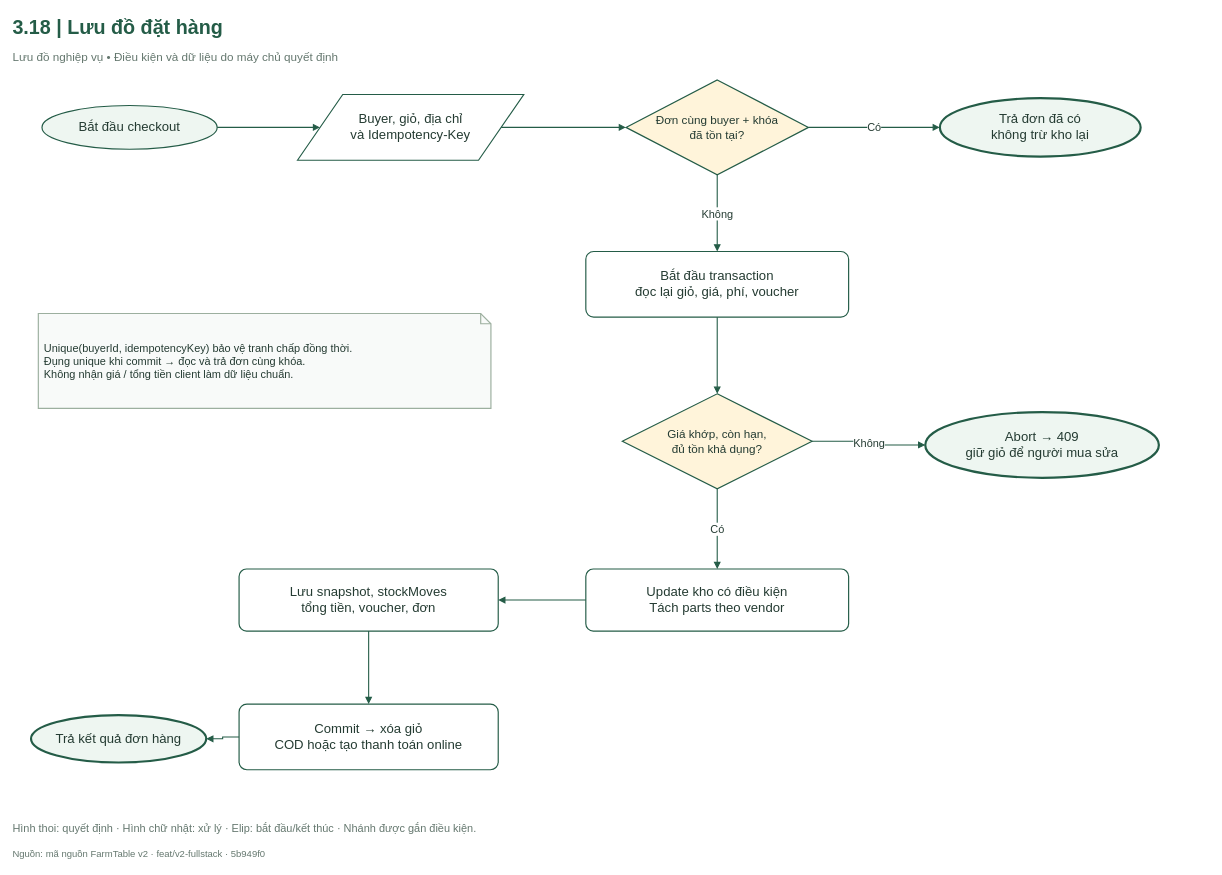
This is FarmTable_Chuong3/So_do_BA/drawio/Hinh_3_18.drawio from hathu1272006-eng/PTWnangcao, a draw.io file, before an edit. Source tidied: cells renumbered, new cells numbered last; positions are measured from the earlier drawing's top-left corner, leaving out a move shared by most shapes. Both pictures are drawn from the tidied source at 73%, with x=0, y=0 at pixel (12, 12).
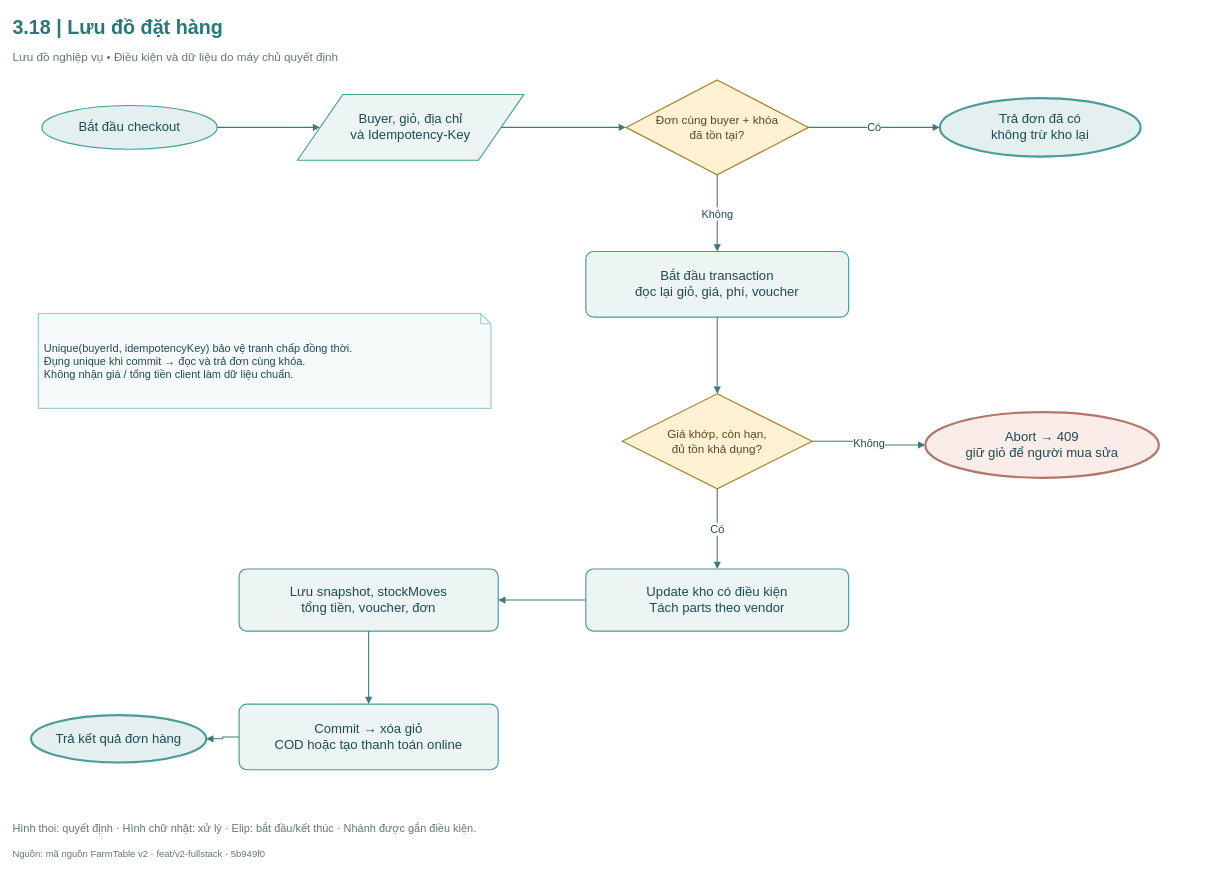
Above is the later version.

Diff of the diagram source:
```diff
@@
-    <mxCell id="2" value="3.18  |  Lưu đồ đặt hàng" style="html=1;whiteSpace=wrap;fontFamily=Arial;fontSize=18;fontColor=#243B32;strokeColor=#245C47;strokeWidth=1.6;fillColor=#FFFFFF;spacing=8;text;strokeColor=none;fillColor=none;align=left;verticalAlign=middle;fontSize=27;fontStyle=1;fontColor=#245C47;spacing=0;" parent="1" vertex="1">
+    <mxCell id="2" value="3.18  |  Lưu đồ đặt hàng" style="html=1;whiteSpace=wrap;fontFamily=Arial;fontSize=18;strokeColor=#245C47;strokeWidth=1.6;fillColor=#FFFFFF;spacing=8;text;strokeColor=none;fillColor=none;align=left;verticalAlign=middle;fontSize=27;fontStyle=1;spacing=0;fontColor=#277879;" parent="1" vertex="1">
       <mxGeometry width="1640" height="40" as="geometry" />
     </mxCell>
@@
-    <mxCell id="4" value="Bắt đầu checkout" style="html=1;whiteSpace=wrap;fontFamily=Arial;fontSize=18;fontColor=#243B32;strokeColor=#245C47;strokeWidth=1.6;fillColor=#FFFFFF;spacing=8;ellipse;fillColor=#EEF6F1;" parent="1" vertex="1">
+    <mxCell id="4" value="Bắt đầu checkout" style="html=1;whiteSpace=wrap;fontFamily=Arial;fontSize=18;strokeWidth=1.6;spacing=8;ellipse;fillColor=#E4F0F0;strokeColor=#4A9B99;fontColor=#1F4B51;" parent="1" vertex="1">
       <mxGeometry x="40" y="127" width="240" height="60" as="geometry" />
     </mxCell>
-    <mxCell id="5" value="Buyer, giỏ, địa chỉ&lt;br/&gt;và Idempotency-Key" style="html=1;whiteSpace=wrap;fontFamily=Arial;fontSize=18;fontColor=#243B32;strokeColor=#245C47;strokeWidth=1.6;fillColor=#FFFFFF;spacing=8;shape=parallelogram;perimeter=parallelogramPerimeter;" parent="1" vertex="1">
+    <mxCell id="5" value="Buyer, giỏ, địa chỉ&lt;br/&gt;và Idempotency-Key" style="html=1;whiteSpace=wrap;fontFamily=Arial;fontSize=18;strokeWidth=1.6;spacing=8;shape=parallelogram;perimeter=parallelogramPerimeter;fillColor=#ECF5F4;strokeColor=#4A9B99;fontColor=#1F4B51;" parent="1" vertex="1">
       <mxGeometry x="390" y="112" width="310" height="90" as="geometry" />
     </mxCell>
-    <mxCell id="6" value="Đơn cùng buyer + khóa&lt;br/&gt;đã tồn tại?" style="html=1;whiteSpace=wrap;fontFamily=Arial;fontSize=18;fontColor=#243B32;strokeColor=#245C47;strokeWidth=1.6;fillColor=#FFFFFF;spacing=8;rhombus;fillColor=#FFF4DA;fontSize=16;spacing=3;" parent="1" vertex="1">
+    <mxCell id="6" value="Đơn cùng buyer + khóa&lt;br/&gt;đã tồn tại?" style="html=1;whiteSpace=wrap;fontFamily=Arial;fontSize=18;strokeWidth=1.6;spacing=8;rhombus;fontSize=16;spacing=3;fillColor=#FFF1D4;strokeColor=#AD812A;fontColor=#5F481B;" parent="1" vertex="1">
       <mxGeometry x="840" y="92" width="250" height="130" as="geometry" />
     </mxCell>
-    <mxCell id="7" value="Trả đơn đã có&lt;br/&gt;không trừ kho lại" style="html=1;whiteSpace=wrap;fontFamily=Arial;fontSize=18;fontColor=#243B32;strokeColor=#245C47;strokeWidth=1.6;fillColor=#FFFFFF;spacing=8;ellipse;strokeWidth=3;fillColor=#EEF6F1;" parent="1" vertex="1">
+    <mxCell id="7" value="Trả đơn đã có&lt;br/&gt;không trừ kho lại" style="html=1;whiteSpace=wrap;fontFamily=Arial;fontSize=18;strokeWidth=1.6;spacing=8;ellipse;strokeWidth=3;fillColor=#E4F0F0;strokeColor=#4A9B99;fontColor=#1F4B51;" parent="1" vertex="1">
       <mxGeometry x="1270" y="117" width="275" height="80" as="geometry" />
     </mxCell>
-    <mxCell id="8" value="Bắt đầu transaction&lt;br/&gt;đọc lại giỏ, giá, phí, voucher" style="html=1;whiteSpace=wrap;fontFamily=Arial;fontSize=18;fontColor=#243B32;strokeColor=#245C47;strokeWidth=1.6;fillColor=#FFFFFF;spacing=8;rounded=1;arcSize=12;" parent="1" vertex="1">
+    <mxCell id="8" value="Bắt đầu transaction&lt;br/&gt;đọc lại giỏ, giá, phí, voucher" style="html=1;whiteSpace=wrap;fontFamily=Arial;fontSize=18;strokeWidth=1.6;spacing=8;rounded=1;arcSize=12;fillColor=#ECF5F4;strokeColor=#4A9B99;fontColor=#1F4B51;" parent="1" vertex="1">
       <mxGeometry x="785" y="327" width="360" height="90" as="geometry" />
     </mxCell>
-    <mxCell id="9" value="Giá khớp, còn hạn,&lt;br/&gt;đủ tồn khả dụng?" style="html=1;whiteSpace=wrap;fontFamily=Arial;fontSize=18;fontColor=#243B32;strokeColor=#245C47;strokeWidth=1.6;fillColor=#FFFFFF;spacing=8;rhombus;fillColor=#FFF4DA;fontSize=16;spacing=3;" parent="1" vertex="1">
+    <mxCell id="9" value="Giá khớp, còn hạn,&lt;br/&gt;đủ tồn khả dụng?" style="html=1;whiteSpace=wrap;fontFamily=Arial;fontSize=18;strokeWidth=1.6;spacing=8;rhombus;fontSize=16;spacing=3;fillColor=#FFF1D4;strokeColor=#AD812A;fontColor=#5F481B;" parent="1" vertex="1">
       <mxGeometry x="835" y="522" width="260" height="130" as="geometry" />
     </mxCell>
-    <mxCell id="10" value="Abort → 409&lt;br/&gt;giữ giỏ để người mua sửa" style="html=1;whiteSpace=wrap;fontFamily=Arial;fontSize=18;fontColor=#243B32;strokeColor=#245C47;strokeWidth=1.6;fillColor=#FFFFFF;spacing=8;ellipse;strokeWidth=3;fillColor=#EEF6F1;" parent="1" vertex="1">
+    <mxCell id="10" value="Abort → 409&lt;br/&gt;giữ giỏ để người mua sửa" style="html=1;whiteSpace=wrap;fontFamily=Arial;fontSize=18;strokeWidth=1.6;spacing=8;ellipse;strokeWidth=3;fillColor=#FAECE8;strokeColor=#B5766A;fontColor=#1F4B51;" parent="1" vertex="1">
       <mxGeometry x="1250" y="547" width="320" height="90" as="geometry" />
     </mxCell>
-    <mxCell id="11" value="Update kho có điều kiện&lt;br/&gt;Tách parts theo vendor" style="html=1;whiteSpace=wrap;fontFamily=Arial;fontSize=18;fontColor=#243B32;strokeColor=#245C47;strokeWidth=1.6;fillColor=#FFFFFF;spacing=8;rounded=1;arcSize=12;" parent="1" vertex="1">
+    <mxCell id="11" value="Update kho có điều kiện&lt;br/&gt;Tách parts theo vendor" style="html=1;whiteSpace=wrap;fontFamily=Arial;fontSize=18;strokeWidth=1.6;spacing=8;rounded=1;arcSize=12;fillColor=#ECF5F4;strokeColor=#4A9B99;fontColor=#1F4B51;" parent="1" vertex="1">
       <mxGeometry x="785" y="762" width="360" height="85" as="geometry" />
     </mxCell>
-    <mxCell id="12" value="Lưu snapshot, stockMoves&lt;br/&gt;tổng tiền, voucher, đơn" style="html=1;whiteSpace=wrap;fontFamily=Arial;fontSize=18;fontColor=#243B32;strokeColor=#245C47;strokeWidth=1.6;fillColor=#FFFFFF;spacing=8;rounded=1;arcSize=12;" parent="1" vertex="1">
+    <mxCell id="12" value="Lưu snapshot, stockMoves&lt;br/&gt;tổng tiền, voucher, đơn" style="html=1;whiteSpace=wrap;fontFamily=Arial;fontSize=18;strokeWidth=1.6;spacing=8;rounded=1;arcSize=12;fillColor=#ECF5F4;strokeColor=#4A9B99;fontColor=#1F4B51;" parent="1" vertex="1">
       <mxGeometry x="310" y="762" width="355" height="85" as="geometry" />
     </mxCell>
-    <mxCell id="13" value="Commit → xóa giỏ&lt;br/&gt;COD hoặc tạo thanh toán online" style="html=1;whiteSpace=wrap;fontFamily=Arial;fontSize=18;fontColor=#243B32;strokeColor=#245C47;strokeWidth=1.6;fillColor=#FFFFFF;spacing=8;rounded=1;arcSize=12;" parent="1" vertex="1">
+    <mxCell id="13" value="Commit → xóa giỏ&lt;br/&gt;COD hoặc tạo thanh toán online" style="html=1;whiteSpace=wrap;fontFamily=Arial;fontSize=18;strokeWidth=1.6;spacing=8;rounded=1;arcSize=12;fillColor=#ECF5F4;strokeColor=#4A9B99;fontColor=#1F4B51;" parent="1" vertex="1">
       <mxGeometry x="310" y="947" width="355" height="90" as="geometry" />
     </mxCell>
-    <mxCell id="14" value="Trả kết quả đơn hàng" style="html=1;whiteSpace=wrap;fontFamily=Arial;fontSize=18;fontColor=#243B32;strokeColor=#245C47;strokeWidth=1.6;fillColor=#FFFFFF;spacing=8;ellipse;strokeWidth=3;fillColor=#EEF6F1;" parent="1" vertex="1">
+    <mxCell id="14" value="Trả kết quả đơn hàng" style="html=1;whiteSpace=wrap;fontFamily=Arial;fontSize=18;strokeWidth=1.6;spacing=8;ellipse;strokeWidth=3;fillColor=#E4F0F0;strokeColor=#4A9B99;fontColor=#1F4B51;" parent="1" vertex="1">
       <mxGeometry x="25" y="962" width="240" height="65" as="geometry" />
     </mxCell>
-    <mxCell id="15" style="edgeStyle=orthogonalEdgeStyle;rounded=0;jettySize=20;html=1;fontFamily=Arial;fontSize=15;fontColor=#243B32;labelBackgroundColor=#FFFFFF;strokeColor=#245C47;strokeWidth=1.5;endArrow=block;endFill=1;exitX=1;exitY=0.5;entryX=0;entryY=0.5;exitDx=0;exitDy=0;entryDx=0;entryDy=0;" parent="1" edge="1" source="4" target="5">
+    <mxCell id="15" style="edgeStyle=orthogonalEdgeStyle;rounded=0;jettySize=20;html=1;fontFamily=Arial;fontSize=15;labelBackgroundColor=#FFFFFF;strokeWidth=1.5;endArrow=block;endFill=1;exitX=1;exitY=0.5;entryX=0;entryY=0.5;exitDx=0;exitDy=0;entryDx=0;entryDy=0;strokeColor=#42787A;fontColor=#1F4B51;" parent="1" edge="1" source="4" target="5">
       <mxGeometry relative="1" as="geometry" />
     </mxCell>
-    <mxCell id="16" style="edgeStyle=orthogonalEdgeStyle;rounded=0;jettySize=20;html=1;fontFamily=Arial;fontSize=15;fontColor=#243B32;labelBackgroundColor=#FFFFFF;strokeColor=#245C47;strokeWidth=1.5;endArrow=block;endFill=1;exitX=1;exitY=0.5;entryX=0;entryY=0.5;exitDx=0;exitDy=0;entryDx=0;entryDy=0;" parent="1" edge="1" source="5" target="6">
+    <mxCell id="16" style="edgeStyle=orthogonalEdgeStyle;rounded=0;jettySize=20;html=1;fontFamily=Arial;fontSize=15;labelBackgroundColor=#FFFFFF;strokeWidth=1.5;endArrow=block;endFill=1;exitX=1;exitY=0.5;entryX=0;entryY=0.5;exitDx=0;exitDy=0;entryDx=0;entryDy=0;strokeColor=#42787A;fontColor=#1F4B51;" parent="1" edge="1" source="5" target="6">
       <mxGeometry relative="1" as="geometry" />
     </mxCell>
-    <mxCell id="17" value="Có" style="edgeStyle=orthogonalEdgeStyle;rounded=0;jettySize=20;html=1;fontFamily=Arial;fontSize=15;fontColor=#243B32;labelBackgroundColor=#FFFFFF;strokeColor=#245C47;strokeWidth=1.5;endArrow=block;endFill=1;exitX=1;exitY=0.5;entryX=0;entryY=0.5;exitDx=0;exitDy=0;entryDx=0;entryDy=0;" parent="1" edge="1" source="6" target="7">
+    <mxCell id="17" value="Có" style="edgeStyle=orthogonalEdgeStyle;rounded=0;jettySize=20;html=1;fontFamily=Arial;fontSize=15;labelBackgroundColor=#FFFFFF;strokeWidth=1.5;endArrow=block;endFill=1;exitX=1;exitY=0.5;entryX=0;entryY=0.5;exitDx=0;exitDy=0;entryDx=0;entryDy=0;strokeColor=#42787A;fontColor=#1F4B51;" parent="1" edge="1" source="6" target="7">
       <mxGeometry relative="1" as="geometry" />
     </mxCell>
-    <mxCell id="18" value="Không" style="edgeStyle=orthogonalEdgeStyle;rounded=0;jettySize=20;html=1;fontFamily=Arial;fontSize=15;fontColor=#243B32;labelBackgroundColor=#FFFFFF;strokeColor=#245C47;strokeWidth=1.5;endArrow=block;endFill=1;exitX=0.5;exitY=1;entryX=0.5;entryY=0;exitDx=0;exitDy=0;entryDx=0;entryDy=0;" parent="1" edge="1" source="6" target="8">
+    <mxCell id="18" value="Không" style="edgeStyle=orthogonalEdgeStyle;rounded=0;jettySize=20;html=1;fontFamily=Arial;fontSize=15;labelBackgroundColor=#FFFFFF;strokeWidth=1.5;endArrow=block;endFill=1;exitX=0.5;exitY=1;entryX=0.5;entryY=0;exitDx=0;exitDy=0;entryDx=0;entryDy=0;strokeColor=#42787A;fontColor=#1F4B51;" parent="1" edge="1" source="6" target="8">
       <mxGeometry relative="1" as="geometry" />
     </mxCell>
-    <mxCell id="19" style="edgeStyle=orthogonalEdgeStyle;rounded=0;jettySize=20;html=1;fontFamily=Arial;fontSize=15;fontColor=#243B32;labelBackgroundColor=#FFFFFF;strokeColor=#245C47;strokeWidth=1.5;endArrow=block;endFill=1;exitX=0.5;exitY=1;entryX=0.5;entryY=0;exitDx=0;exitDy=0;entryDx=0;entryDy=0;" parent="1" edge="1" source="8" target="9">
+    <mxCell id="19" style="edgeStyle=orthogonalEdgeStyle;rounded=0;jettySize=20;html=1;fontFamily=Arial;fontSize=15;labelBackgroundColor=#FFFFFF;strokeWidth=1.5;endArrow=block;endFill=1;exitX=0.5;exitY=1;entryX=0.5;entryY=0;exitDx=0;exitDy=0;entryDx=0;entryDy=0;strokeColor=#42787A;fontColor=#1F4B51;" parent="1" edge="1" source="8" target="9">
       <mxGeometry relative="1" as="geometry" />
     </mxCell>
-    <mxCell id="20" value="Không" style="edgeStyle=orthogonalEdgeStyle;rounded=0;jettySize=20;html=1;fontFamily=Arial;fontSize=15;fontColor=#243B32;labelBackgroundColor=#FFFFFF;strokeColor=#245C47;strokeWidth=1.5;endArrow=block;endFill=1;exitX=1;exitY=0.5;entryX=0;entryY=0.5;exitDx=0;exitDy=0;entryDx=0;entryDy=0;" parent="1" edge="1" source="9" target="10">
+    <mxCell id="20" value="Không" style="edgeStyle=orthogonalEdgeStyle;rounded=0;jettySize=20;html=1;fontFamily=Arial;fontSize=15;labelBackgroundColor=#FFFFFF;strokeWidth=1.5;endArrow=block;endFill=1;exitX=1;exitY=0.5;entryX=0;entryY=0.5;exitDx=0;exitDy=0;entryDx=0;entryDy=0;strokeColor=#42787A;fontColor=#1F4B51;" parent="1" edge="1" source="9" target="10">
       <mxGeometry relative="1" as="geometry" />
     </mxCell>
-    <mxCell id="21" value="Có" style="edgeStyle=orthogonalEdgeStyle;rounded=0;jettySize=20;html=1;fontFamily=Arial;fontSize=15;fontColor=#243B32;labelBackgroundColor=#FFFFFF;strokeColor=#245C47;strokeWidth=1.5;endArrow=block;endFill=1;exitX=0.5;exitY=1;entryX=0.5;entryY=0;exitDx=0;exitDy=0;entryDx=0;entryDy=0;" parent="1" edge="1" source="9" target="11">
+    <mxCell id="21" value="Có" style="edgeStyle=orthogonalEdgeStyle;rounded=0;jettySize=20;html=1;fontFamily=Arial;fontSize=15;labelBackgroundColor=#FFFFFF;strokeWidth=1.5;endArrow=block;endFill=1;exitX=0.5;exitY=1;entryX=0.5;entryY=0;exitDx=0;exitDy=0;entryDx=0;entryDy=0;strokeColor=#42787A;fontColor=#1F4B51;" parent="1" edge="1" source="9" target="11">
       <mxGeometry relative="1" as="geometry" />
     </mxCell>
-    <mxCell id="22" style="edgeStyle=orthogonalEdgeStyle;rounded=0;jettySize=20;html=1;fontFamily=Arial;fontSize=15;fontColor=#243B32;labelBackgroundColor=#FFFFFF;strokeColor=#245C47;strokeWidth=1.5;endArrow=block;endFill=1;exitX=0;exitY=0.5;entryX=1;entryY=0.5;exitDx=0;exitDy=0;entryDx=0;entryDy=0;" parent="1" edge="1" source="11" target="12">
+    <mxCell id="22" style="edgeStyle=orthogonalEdgeStyle;rounded=0;jettySize=20;html=1;fontFamily=Arial;fontSize=15;labelBackgroundColor=#FFFFFF;strokeWidth=1.5;endArrow=block;endFill=1;exitX=0;exitY=0.5;entryX=1;entryY=0.5;exitDx=0;exitDy=0;entryDx=0;entryDy=0;strokeColor=#42787A;fontColor=#1F4B51;" parent="1" edge="1" source="11" target="12">
       <mxGeometry relative="1" as="geometry" />
     </mxCell>
-    <mxCell id="23" style="edgeStyle=orthogonalEdgeStyle;rounded=0;jettySize=20;html=1;fontFamily=Arial;fontSize=15;fontColor=#243B32;labelBackgroundColor=#FFFFFF;strokeColor=#245C47;strokeWidth=1.5;endArrow=block;endFill=1;exitX=0.5;exitY=1;entryX=0.5;entryY=0;exitDx=0;exitDy=0;entryDx=0;entryDy=0;" parent="1" edge="1" source="12" target="13">
+    <mxCell id="23" style="edgeStyle=orthogonalEdgeStyle;rounded=0;jettySize=20;html=1;fontFamily=Arial;fontSize=15;labelBackgroundColor=#FFFFFF;strokeWidth=1.5;endArrow=block;endFill=1;exitX=0.5;exitY=1;entryX=0.5;entryY=0;exitDx=0;exitDy=0;entryDx=0;entryDy=0;strokeColor=#42787A;fontColor=#1F4B51;" parent="1" edge="1" source="12" target="13">
       <mxGeometry relative="1" as="geometry" />
     </mxCell>
-    <mxCell id="24" style="edgeStyle=orthogonalEdgeStyle;rounded=0;jettySize=20;html=1;fontFamily=Arial;fontSize=15;fontColor=#243B32;labelBackgroundColor=#FFFFFF;strokeColor=#245C47;strokeWidth=1.5;endArrow=block;endFill=1;exitX=0;exitY=0.5;entryX=1;entryY=0.5;exitDx=0;exitDy=0;entryDx=0;entryDy=0;" parent="1" edge="1" source="13" target="14">
+    <mxCell id="24" style="edgeStyle=orthogonalEdgeStyle;rounded=0;jettySize=20;html=1;fontFamily=Arial;fontSize=15;labelBackgroundColor=#FFFFFF;strokeWidth=1.5;endArrow=block;endFill=1;exitX=0;exitY=0.5;entryX=1;entryY=0.5;exitDx=0;exitDy=0;entryDx=0;entryDy=0;strokeColor=#42787A;fontColor=#1F4B51;" parent="1" edge="1" source="13" target="14">
       <mxGeometry relative="1" as="geometry" />
     </mxCell>
-    <mxCell id="25" value="Unique(buyerId, idempotencyKey) bảo vệ tranh chấp đồng thời.&lt;br/&gt;Đụng unique khi commit → đọc và trả đơn cùng khóa.&lt;br/&gt;Không nhận giá / tổng tiền client làm dữ liệu chuẩn." style="html=1;whiteSpace=wrap;fontFamily=Arial;fontSize=18;fontColor=#243B32;strokeColor=#245C47;strokeWidth=1.6;fillColor=#FFFFFF;spacing=8;shape=note;size=14;fillColor=#F8FAF9;strokeColor=#9CAF9F;align=left;fontSize=15;" parent="1" vertex="1">
+    <mxCell id="25" value="Unique(buyerId, idempotencyKey) bảo vệ tranh chấp đồng thời.&lt;br/&gt;Đụng unique khi commit → đọc và trả đơn cùng khóa.&lt;br/&gt;Không nhận giá / tổng tiền client làm dữ liệu chuẩn." style="html=1;whiteSpace=wrap;fontFamily=Arial;fontSize=18;strokeWidth=1.6;spacing=8;shape=note;size=14;align=left;fontSize=15;fillColor=#F7FAFA;strokeColor=#A0CBC9;fontColor=#1F4B51;" parent="1" vertex="1">
       <mxGeometry x="35" y="412" width="620" height="130" as="geometry" />
     </mxCell>
```
